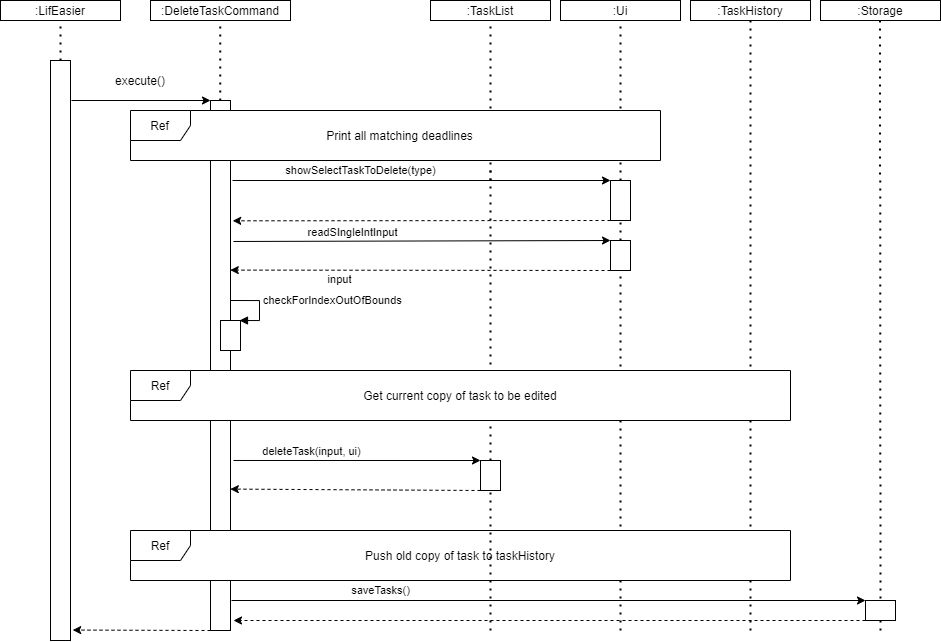
Earlier version of the draw.io export docs/images/DeveloperGuide/Figure 4.3-1.png (skyaxe97/tp). Source tidied: cells renumbered, new cells last; positions are measured from the earlier drawing's top-left corner, leaving out a move shared by most shapes. Source of this version:
```xml
<mxGraphModel>
  <root>
    <mxCell id="0" />
    <mxCell id="1" parent="0" />
    <mxCell id="2" style="endArrow=none;dashed=1;html=1;dashPattern=1 3;strokeWidth=2;" parent="1" edge="1">
      <mxGeometry relative="1" as="geometry">
        <mxPoint x="60" y="420" as="sourcePoint" />
        <mxPoint x="60" y="20" as="targetPoint" />
      </mxGeometry>
    </mxCell>
    <mxCell id="3" style="endArrow=classic;html=1;entryX=0;entryY=0;entryDx=0;entryDy=0;" parent="1" edge="1" target="9">
      <mxGeometry relative="1" as="geometry">
        <mxPoint x="71" y="100" as="sourcePoint" />
      </mxGeometry>
    </mxCell>
    <mxCell id="4" value=":LifEasier" style="rounded=0;whiteSpace=wrap;html=1;" parent="1" vertex="1">
      <mxGeometry width="120" height="20" as="geometry" />
    </mxCell>
    <mxCell id="5" value="execute()" style="text;html=1;strokeColor=none;fillColor=none;align=center;verticalAlign=middle;whiteSpace=wrap;rounded=0;" parent="1" vertex="1">
      <mxGeometry x="120" y="70" width="40" height="20" as="geometry" />
    </mxCell>
    <mxCell id="6" style="rounded=0;whiteSpace=wrap;html=1;" parent="1" vertex="1">
      <mxGeometry x="50" y="60" width="20" height="580" as="geometry" />
    </mxCell>
    <mxCell id="7" style="endArrow=none;dashed=1;html=1;dashPattern=1 3;strokeWidth=2;" parent="1" edge="1">
      <mxGeometry relative="1" as="geometry">
        <mxPoint x="220" y="420" as="sourcePoint" />
        <mxPoint x="219.7" y="20" as="targetPoint" />
      </mxGeometry>
    </mxCell>
    <mxCell id="8" value=":DeleteTaskCommand" style="rounded=0;whiteSpace=wrap;html=1;" parent="1" vertex="1">
      <mxGeometry x="150" width="140" height="20" as="geometry" />
    </mxCell>
    <mxCell id="9" style="rounded=0;whiteSpace=wrap;html=1;" parent="1" vertex="1">
      <mxGeometry x="210" y="100" width="20" height="530" as="geometry" />
    </mxCell>
    <mxCell id="10" value=":TaskList" style="rounded=0;whiteSpace=wrap;html=1;" parent="1" vertex="1">
      <mxGeometry x="430" width="120" height="20" as="geometry" />
    </mxCell>
    <mxCell id="11" style="endArrow=none;dashed=1;html=1;dashPattern=1 3;strokeWidth=2;entryX=0.5;entryY=1;entryDx=0;entryDy=0;" parent="1" edge="1" target="10">
      <mxGeometry relative="1" as="geometry">
        <mxPoint x="490" y="180" as="sourcePoint" />
      </mxGeometry>
    </mxCell>
    <mxCell id="12" value=":Ui" style="rounded=0;whiteSpace=wrap;html=1;" parent="1" vertex="1">
      <mxGeometry x="560" width="120" height="20" as="geometry" />
    </mxCell>
    <mxCell id="13" style="endArrow=none;dashed=1;html=1;dashPattern=1 3;strokeWidth=2;entryX=0.5;entryY=1;entryDx=0;entryDy=0;" parent="1" edge="1" source="22" target="12">
      <mxGeometry relative="1" as="geometry" />
    </mxCell>
    <mxCell id="14" style="endArrow=none;dashed=1;html=1;dashPattern=1 3;strokeWidth=2;entryX=0.5;entryY=1;entryDx=0;entryDy=0;" parent="1" edge="1">
      <mxGeometry relative="1" as="geometry">
        <mxPoint x="750" y="630" as="sourcePoint" />
        <mxPoint x="750" y="20" as="targetPoint" />
      </mxGeometry>
    </mxCell>
    <mxCell id="15" style="endArrow=none;dashed=1;html=1;dashPattern=1 3;strokeWidth=2;entryX=0.5;entryY=1;entryDx=0;entryDy=0;" parent="1" edge="1" target="24">
      <mxGeometry relative="1" as="geometry">
        <mxPoint x="620" y="630" as="sourcePoint" />
      </mxGeometry>
    </mxCell>
    <mxCell id="16" style="endArrow=none;dashed=1;html=1;dashPattern=1 3;strokeWidth=2;entryX=0.5;entryY=1;entryDx=0;entryDy=0;" parent="1" edge="1" source="44">
      <mxGeometry relative="1" as="geometry">
        <mxPoint x="490" y="170" as="targetPoint" />
      </mxGeometry>
    </mxCell>
    <mxCell id="17" value=":TaskHistory" style="rounded=0;whiteSpace=wrap;html=1;" parent="1" vertex="1">
      <mxGeometry x="690" width="120" height="20" as="geometry" />
    </mxCell>
    <mxCell id="18" value=":Storage" style="rounded=0;whiteSpace=wrap;html=1;" parent="1" vertex="1">
      <mxGeometry x="820" width="120" height="20" as="geometry" />
    </mxCell>
    <mxCell id="19" style="group;" parent="1" vertex="1">
      <mxGeometry x="140" y="110" width="520" height="50" as="geometry" />
    </mxCell>
    <mxCell id="20" value="&lt;span style=&quot;background-color: rgb(255 , 255 , 255)&quot;&gt;Ref&lt;/span&gt;" style="shape=umlFrame;whiteSpace=wrap;html=1;backgroundOutline=0;comic=0;swimlaneFillColor=#ffffff;" parent="19" vertex="1">
      <mxGeometry x="-10" width="530" height="50" as="geometry" />
    </mxCell>
    <mxCell id="21" value="Print all matching deadlines" style="text;html=1;strokeColor=none;fillColor=none;align=center;verticalAlign=middle;whiteSpace=wrap;rounded=0;" parent="19" vertex="1">
      <mxGeometry x="164.5" y="15" width="191" height="20" as="geometry" />
    </mxCell>
    <mxCell id="22" style="rounded=0;whiteSpace=wrap;html=1;" parent="1" vertex="1">
      <mxGeometry x="610" y="180" width="20" height="40" as="geometry" />
    </mxCell>
    <mxCell id="23" style="endArrow=none;dashed=1;html=1;dashPattern=1 3;strokeWidth=2;entryX=0.5;entryY=1;entryDx=0;entryDy=0;" parent="1" edge="1" source="24" target="22">
      <mxGeometry relative="1" as="geometry" />
    </mxCell>
    <mxCell id="24" style="rounded=0;whiteSpace=wrap;html=1;" parent="1" vertex="1">
      <mxGeometry x="610" y="240" width="20" height="30" as="geometry" />
    </mxCell>
    <mxCell id="25" value="showSelectTaskToDelete(type)" style="endArrow=classic;html=1;entryX=0;entryY=0;entryDx=0;entryDy=0;" parent="1" edge="1" target="22">
      <mxGeometry x="-0.32" y="10" relative="1" as="geometry">
        <mxPoint x="232" y="180" as="sourcePoint" />
      </mxGeometry>
    </mxCell>
    <mxCell id="26" style="endArrow=classic;html=1;exitX=0;exitY=1;exitDx=0;exitDy=0;dashed=1;entryX=1.11;entryY=0.227;entryDx=0;entryDy=0;entryPerimeter=0;" parent="1" edge="1" source="22" target="9">
      <mxGeometry y="10" relative="1" as="geometry" />
    </mxCell>
    <mxCell id="27" value="input" style="endArrow=classic;html=1;dashed=1;entryX=0.99;entryY=0.32;entryDx=0;entryDy=0;entryPerimeter=0;" parent="1" edge="1" target="9">
      <mxGeometry x="0.42" y="9" relative="1" as="geometry">
        <mxPoint x="610" y="270" as="sourcePoint" />
      </mxGeometry>
    </mxCell>
    <mxCell id="28" value="readSIngleIntInput" style="endArrow=classic;html=1;exitX=1.15;exitY=0.266;exitDx=0;exitDy=0;entryX=0;entryY=0;entryDx=0;entryDy=0;exitPerimeter=0;" parent="1" edge="1" source="9" target="24">
      <mxGeometry x="-0.37" y="9" relative="1" as="geometry" />
    </mxCell>
    <mxCell id="29" style="rounded=0;whiteSpace=wrap;html=1;" parent="1" vertex="1">
      <mxGeometry x="220" y="320" width="20" height="30" as="geometry" />
    </mxCell>
    <mxCell id="30" value="checkForIndexOutOfBounds" style="edgeStyle=orthogonalEdgeStyle;html=1;align=left;spacingLeft=2;endArrow=block;rounded=0;entryX=1;entryY=0;" parent="1" edge="1">
      <mxGeometry x="-0.16" relative="1" as="geometry">
        <mxPoint x="230" y="300" as="sourcePoint" />
        <mxPoint x="239" y="320" as="targetPoint" />
        <Array as="points">
          <mxPoint x="259" y="300" />
          <mxPoint x="259" y="320" />
        </Array>
      </mxGeometry>
    </mxCell>
    <mxCell id="31" style="endArrow=none;dashed=1;html=1;dashPattern=1 3;strokeWidth=2;entryX=0.5;entryY=1;entryDx=0;entryDy=0;" parent="1" edge="1">
      <mxGeometry relative="1" as="geometry">
        <mxPoint x="880" y="630" as="sourcePoint" />
        <mxPoint x="879.5" y="20" as="targetPoint" />
      </mxGeometry>
    </mxCell>
    <mxCell id="32" style="group;" parent="1" vertex="1">
      <mxGeometry x="130" y="370" width="660" height="50" as="geometry" />
    </mxCell>
    <mxCell id="33" value="&lt;span style=&quot;background-color: rgb(255 , 255 , 255)&quot;&gt;Ref&lt;/span&gt;" style="shape=umlFrame;whiteSpace=wrap;html=1;backgroundOutline=0;comic=0;swimlaneFillColor=#ffffff;" parent="32" vertex="1">
      <mxGeometry width="660" height="50" as="geometry" />
    </mxCell>
    <mxCell id="34" value="Get current copy of task to be edited" style="text;html=1;strokeColor=none;fillColor=none;align=center;verticalAlign=middle;whiteSpace=wrap;rounded=0;" parent="32" vertex="1">
      <mxGeometry x="208.8" y="15" width="242.4" height="20" as="geometry" />
    </mxCell>
    <mxCell id="35" style="group;" parent="1" vertex="1">
      <mxGeometry x="130" y="530" width="660" height="50" as="geometry" />
    </mxCell>
    <mxCell id="36" value="&lt;span style=&quot;background-color: rgb(255 , 255 , 255)&quot;&gt;Ref&lt;/span&gt;" style="shape=umlFrame;whiteSpace=wrap;html=1;backgroundOutline=0;comic=0;swimlaneFillColor=#ffffff;" parent="35" vertex="1">
      <mxGeometry width="660" height="50" as="geometry" />
    </mxCell>
    <mxCell id="37" value="Push old copy of task to taskHistory" style="text;html=1;strokeColor=none;fillColor=none;align=center;verticalAlign=middle;whiteSpace=wrap;rounded=0;" parent="35" vertex="1">
      <mxGeometry x="208.8" y="15" width="242.4" height="20" as="geometry" />
    </mxCell>
    <mxCell id="38" style="rounded=0;whiteSpace=wrap;html=1;" parent="1" vertex="1">
      <mxGeometry x="865" y="600" width="30" height="20" as="geometry" />
    </mxCell>
    <mxCell id="39" value="saveTasks()" style="endArrow=classic;html=1;entryX=0;entryY=0;entryDx=0;entryDy=0;" parent="1" edge="1" target="38">
      <mxGeometry x="-0.53" y="10" relative="1" as="geometry">
        <mxPoint x="231" y="600" as="sourcePoint" />
      </mxGeometry>
    </mxCell>
    <mxCell id="40" style="endArrow=classic;html=1;dashed=1;exitX=0;exitY=1;exitDx=0;exitDy=0;" parent="1" edge="1" source="38">
      <mxGeometry x="0.42" y="9" relative="1" as="geometry">
        <mxPoint x="233" y="620" as="targetPoint" />
      </mxGeometry>
    </mxCell>
    <mxCell id="41" style="endArrow=classic;html=1;dashed=1;exitX=0;exitY=1;exitDx=0;exitDy=0;entryX=1.11;entryY=0.982;entryDx=0;entryDy=0;entryPerimeter=0;" parent="1" edge="1" source="9" target="6">
      <mxGeometry x="0.42" y="9" relative="1" as="geometry" />
    </mxCell>
    <mxCell id="42" style="endArrow=classic;html=1;dashed=1;entryX=0.99;entryY=0.32;entryDx=0;entryDy=0;entryPerimeter=0;exitX=0;exitY=1;exitDx=0;exitDy=0;" parent="1" edge="1" source="44">
      <mxGeometry x="0.42" y="9" relative="1" as="geometry">
        <mxPoint x="229.8" y="488.6" as="targetPoint" />
      </mxGeometry>
    </mxCell>
    <mxCell id="43" value="deleteTask(input, ui)" style="endArrow=classic;html=1;exitX=1.15;exitY=0.266;exitDx=0;exitDy=0;entryX=0;entryY=0;entryDx=0;entryDy=0;exitPerimeter=0;" parent="1" edge="1" target="44">
      <mxGeometry x="-0.37" y="9" relative="1" as="geometry">
        <mxPoint x="233" y="460" as="sourcePoint" />
      </mxGeometry>
    </mxCell>
    <mxCell id="44" style="rounded=0;whiteSpace=wrap;html=1;" parent="1" vertex="1">
      <mxGeometry x="480" y="460" width="20" height="30" as="geometry" />
    </mxCell>
    <mxCell id="45" style="endArrow=none;dashed=1;html=1;dashPattern=1 3;strokeWidth=2;entryX=0.5;entryY=1;entryDx=0;entryDy=0;" parent="1" edge="1" target="44">
      <mxGeometry relative="1" as="geometry">
        <mxPoint x="490" y="630" as="sourcePoint" />
      </mxGeometry>
    </mxCell>
  </root>
</mxGraphModel>
```
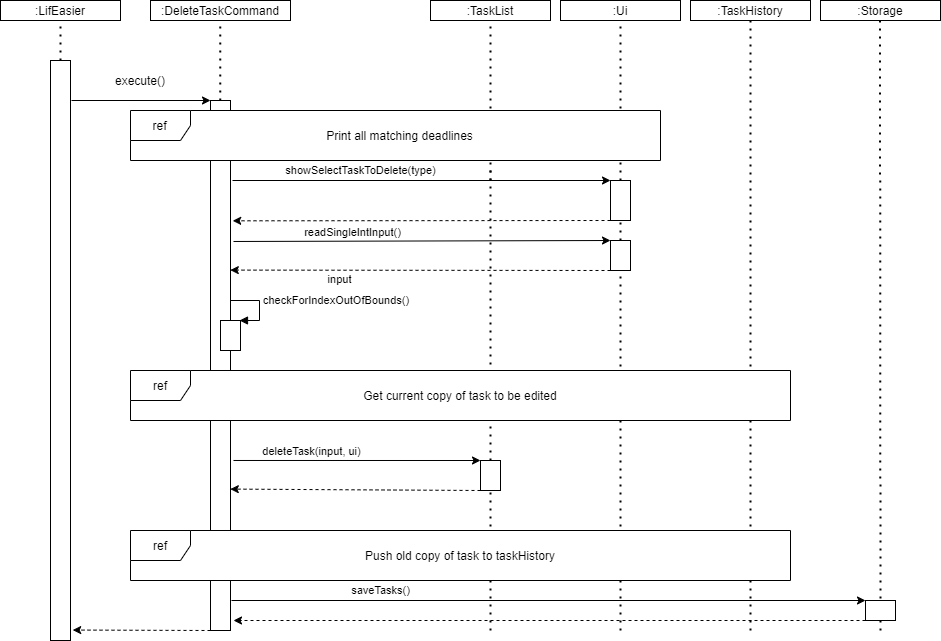
After the change.

Commit message:
Update sequence diagram according to PR comments

Diff of the diagram source:
```diff
@@ -2,6 +2,11 @@
   <root>
     <mxCell id="0" />
     <mxCell id="1" parent="0" />
+    <mxCell id="45" style="endArrow=none;dashed=1;html=1;dashPattern=1 3;strokeWidth=2;entryX=0.5;entryY=1;entryDx=0;entryDy=0;" parent="1" edge="1" target="44">
+      <mxGeometry relative="1" as="geometry">
+        <mxPoint x="490" y="630" as="sourcePoint" />
+      </mxGeometry>
+    </mxCell>
     <mxCell id="2" style="endArrow=none;dashed=1;html=1;dashPattern=1 3;strokeWidth=2;" parent="1" edge="1">
       <mxGeometry relative="1" as="geometry">
         <mxPoint x="60" y="420" as="sourcePoint" />
@@ -73,7 +78,7 @@
     <mxCell id="19" style="group;" parent="1" vertex="1">
       <mxGeometry x="140" y="110" width="520" height="50" as="geometry" />
     </mxCell>
-    <mxCell id="20" value="&lt;span style=&quot;background-color: rgb(255 , 255 , 255)&quot;&gt;Ref&lt;/span&gt;" style="shape=umlFrame;whiteSpace=wrap;html=1;backgroundOutline=0;comic=0;swimlaneFillColor=#ffffff;" parent="19" vertex="1">
+    <mxCell id="20" value="&lt;span style=&quot;background-color: rgb(255 , 255 , 255)&quot;&gt;ref&lt;/span&gt;" style="shape=umlFrame;whiteSpace=wrap;html=1;backgroundOutline=0;comic=0;swimlaneFillColor=#ffffff;" parent="19" vertex="1">
       <mxGeometry x="-10" width="530" height="50" as="geometry" />
     </mxCell>
     <mxCell id="21" value="Print all matching deadlines" style="text;html=1;strokeColor=none;fillColor=none;align=center;verticalAlign=middle;whiteSpace=wrap;rounded=0;" parent="19" vertex="1">
@@ -101,13 +106,13 @@
         <mxPoint x="610" y="270" as="sourcePoint" />
       </mxGeometry>
     </mxCell>
-    <mxCell id="28" value="readSIngleIntInput" style="endArrow=classic;html=1;exitX=1.15;exitY=0.266;exitDx=0;exitDy=0;entryX=0;entryY=0;entryDx=0;entryDy=0;exitPerimeter=0;" parent="1" edge="1" source="9" target="24">
+    <mxCell id="28" value="readSingleIntInput()" style="endArrow=classic;html=1;exitX=1.15;exitY=0.266;exitDx=0;exitDy=0;entryX=0;entryY=0;entryDx=0;entryDy=0;exitPerimeter=0;" parent="1" edge="1" source="9" target="24">
       <mxGeometry x="-0.37" y="9" relative="1" as="geometry" />
     </mxCell>
     <mxCell id="29" style="rounded=0;whiteSpace=wrap;html=1;" parent="1" vertex="1">
       <mxGeometry x="220" y="320" width="20" height="30" as="geometry" />
     </mxCell>
-    <mxCell id="30" value="checkForIndexOutOfBounds" style="edgeStyle=orthogonalEdgeStyle;html=1;align=left;spacingLeft=2;endArrow=block;rounded=0;entryX=1;entryY=0;" parent="1" edge="1">
+    <mxCell id="30" value="checkForIndexOutOfBounds()" style="edgeStyle=orthogonalEdgeStyle;html=1;align=left;spacingLeft=2;endArrow=block;rounded=0;entryX=1;entryY=0;" parent="1" edge="1">
       <mxGeometry x="-0.16" relative="1" as="geometry">
         <mxPoint x="230" y="300" as="sourcePoint" />
         <mxPoint x="239" y="320" as="targetPoint" />
@@ -126,7 +131,7 @@
     <mxCell id="32" style="group;" parent="1" vertex="1">
       <mxGeometry x="130" y="370" width="660" height="50" as="geometry" />
     </mxCell>
-    <mxCell id="33" value="&lt;span style=&quot;background-color: rgb(255 , 255 , 255)&quot;&gt;Ref&lt;/span&gt;" style="shape=umlFrame;whiteSpace=wrap;html=1;backgroundOutline=0;comic=0;swimlaneFillColor=#ffffff;" parent="32" vertex="1">
+    <mxCell id="33" value="&lt;span style=&quot;background-color: rgb(255 , 255 , 255)&quot;&gt;ref&lt;/span&gt;" style="shape=umlFrame;whiteSpace=wrap;html=1;backgroundOutline=0;comic=0;swimlaneFillColor=#ffffff;" parent="32" vertex="1">
       <mxGeometry width="660" height="50" as="geometry" />
     </mxCell>
     <mxCell id="34" value="Get current copy of task to be edited" style="text;html=1;strokeColor=none;fillColor=none;align=center;verticalAlign=middle;whiteSpace=wrap;rounded=0;" parent="32" vertex="1">
@@ -135,7 +140,7 @@
     <mxCell id="35" style="group;" parent="1" vertex="1">
       <mxGeometry x="130" y="530" width="660" height="50" as="geometry" />
     </mxCell>
-    <mxCell id="36" value="&lt;span style=&quot;background-color: rgb(255 , 255 , 255)&quot;&gt;Ref&lt;/span&gt;" style="shape=umlFrame;whiteSpace=wrap;html=1;backgroundOutline=0;comic=0;swimlaneFillColor=#ffffff;" parent="35" vertex="1">
+    <mxCell id="36" value="&lt;span style=&quot;background-color: rgb(255 , 255 , 255)&quot;&gt;ref&lt;/span&gt;" style="shape=umlFrame;whiteSpace=wrap;html=1;backgroundOutline=0;comic=0;swimlaneFillColor=#ffffff;" parent="35" vertex="1">
       <mxGeometry width="660" height="50" as="geometry" />
     </mxCell>
     <mxCell id="37" value="Push old copy of task to taskHistory" style="text;html=1;strokeColor=none;fillColor=none;align=center;verticalAlign=middle;whiteSpace=wrap;rounded=0;" parent="35" vertex="1">
@@ -170,10 +175,5 @@
     <mxCell id="44" style="rounded=0;whiteSpace=wrap;html=1;" parent="1" vertex="1">
       <mxGeometry x="480" y="460" width="20" height="30" as="geometry" />
     </mxCell>
-    <mxCell id="45" style="endArrow=none;dashed=1;html=1;dashPattern=1 3;strokeWidth=2;entryX=0.5;entryY=1;entryDx=0;entryDy=0;" parent="1" edge="1" target="44">
-      <mxGeometry relative="1" as="geometry">
-        <mxPoint x="490" y="630" as="sourcePoint" />
-      </mxGeometry>
-    </mxCell>
   </root>
 </mxGraphModel>
```
